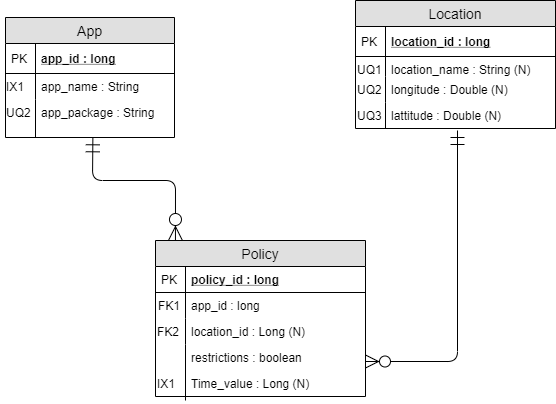
TraceDecker/the-watcher keeps this draw.io diagram as docs/erd.png. Above is the earlier version. Source tidied: cells renumbered, new cells last; positions are measured from the earlier drawing's top-left corner, leaving out a move shared by most shapes.
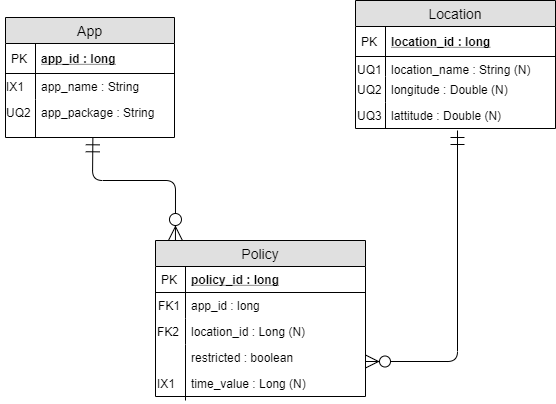
After the commit.

The edit, as a diff of the source:
```diff
@@ -71,7 +71,7 @@
     <mxCell id="24" value="FK2" style="shape=partialRectangle;top=0;left=0;bottom=0;fillColor=none;align=left;verticalAlign=top;spacingLeft=4;spacingRight=4;overflow=hidden;fontSize=12;" parent="23" vertex="1">
       <mxGeometry x="-4" width="34" height="26" as="geometry" />
     </mxCell>
-    <mxCell id="25" value="restrictions : boolean" style="shape=partialRectangle;top=0;left=0;right=0;bottom=0;align=left;verticalAlign=top;fillColor=none;spacingLeft=34;spacingRight=4;overflow=hidden;fontSize=12;" parent="18" vertex="1">
+    <mxCell id="25" value="restricted : boolean" style="shape=partialRectangle;top=0;left=0;right=0;bottom=0;align=left;verticalAlign=top;fillColor=none;spacingLeft=34;spacingRight=4;overflow=hidden;fontSize=12;" parent="18" vertex="1">
       <mxGeometry y="104" width="210" height="32" as="geometry" />
     </mxCell>
     <mxCell id="26" style="shape=partialRectangle;top=0;left=0;bottom=0;fillColor=none;align=left;verticalAlign=top;spacingLeft=4;spacingRight=4;overflow=hidden;fontSize=12;" parent="25" vertex="1">
@@ -100,7 +100,7 @@
         </Array>
       </mxGeometry>
     </mxCell>
-    <mxCell id="31" value="Time_value : Long (N)" style="shape=partialRectangle;top=0;left=0;right=0;bottom=0;align=left;verticalAlign=top;fillColor=none;spacingLeft=34;spacingRight=4;overflow=hidden;fontSize=12;" parent="1" vertex="1">
+    <mxCell id="31" value="time_value : Long (N)" style="shape=partialRectangle;top=0;left=0;right=0;bottom=0;align=left;verticalAlign=top;fillColor=none;spacingLeft=34;spacingRight=4;overflow=hidden;fontSize=12;" parent="1" vertex="1">
       <mxGeometry x="155" y="370" width="210" height="30" as="geometry" />
     </mxCell>
     <mxCell id="32" value="IX1" style="shape=partialRectangle;top=0;left=0;bottom=0;fillColor=none;align=left;verticalAlign=top;spacingLeft=4;spacingRight=4;overflow=hidden;fontSize=12;" parent="31" vertex="1">
```
